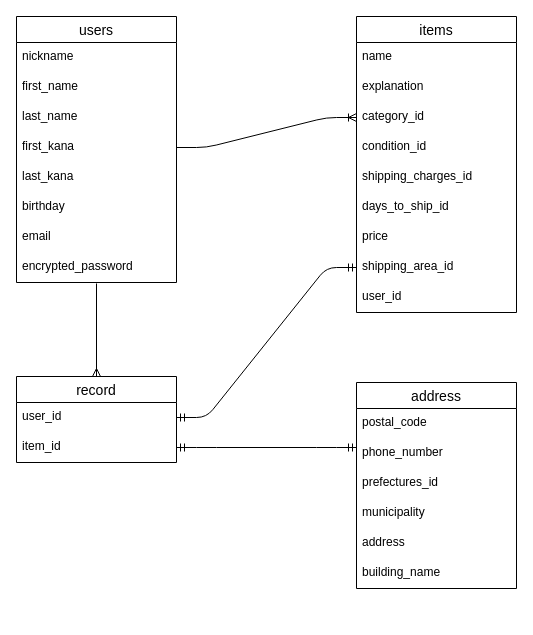
This is ER.dio from tech88kubo/furima-32114, a draw.io file, before an edit. Source tidied: cells renumbered, new cells numbered last; positions are measured from the earlier drawing's top-left corner, leaving out a move shared by most shapes. Both pictures are drawn from the tidied source at 100%, with x=0, y=0 at pixel (16, 16).
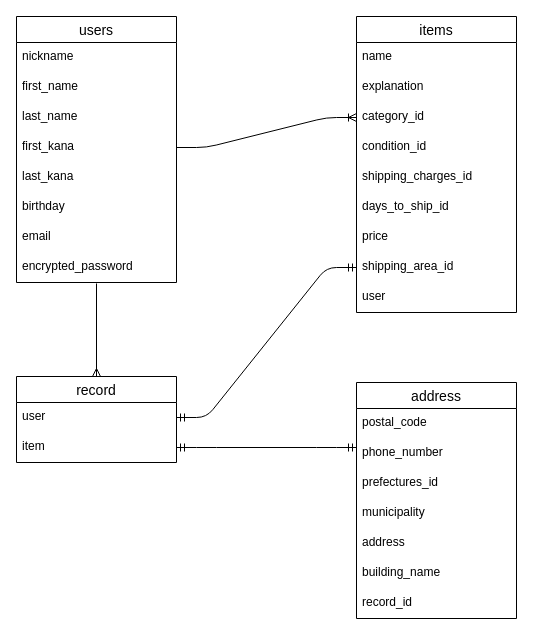
After the change.

Commit message (it also covers changes not shown here):
ER図、READMEの修正（提出４回目）

Unchanged cells that the change refers to:
```xml
<mxCell id="11" value="items" style="swimlane;fontStyle=0;horizontal=1;startSize=26;align=center;fontSize=14;" parent="1" vertex="1">
  <mxGeometry x="340" width="160" height="296" as="geometry" />
</mxCell>
<mxCell id="21" value="record" style="swimlane;fontStyle=0;horizontal=1;startSize=26;align=center;fontSize=14;" parent="1" vertex="1">
  <mxGeometry y="360" width="160" height="86" as="geometry" />
</mxCell>
```

Diff of the diagram source:
```diff
@@
-    <mxCell id="20" value="user_id" style="text;strokeColor=none;fillColor=none;spacingLeft=4;spacingRight=4;overflow=hidden;fontSize=12;" parent="11" vertex="1">
+    <mxCell id="20" value="user" style="text;strokeColor=none;fillColor=none;spacingLeft=4;spacingRight=4;overflow=hidden;fontSize=12;" parent="11" vertex="1">
       <mxGeometry y="266" width="160" height="30" as="geometry" />
     </mxCell>
@@
-    <mxCell id="22" value="user_id" style="text;strokeColor=none;fillColor=none;spacingLeft=4;spacingRight=4;overflow=hidden;points=[[0,0.5],[1,0.5]];portConstraint=eastwest;fontSize=12;" parent="21" vertex="1">
+    <mxCell id="22" value="user" style="text;strokeColor=none;fillColor=none;spacingLeft=4;spacingRight=4;overflow=hidden;points=[[0,0.5],[1,0.5]];portConstraint=eastwest;fontSize=12;" parent="21" vertex="1">
       <mxGeometry y="26" width="160" height="30" as="geometry" />
     </mxCell>
-    <mxCell id="23" value="item_id" style="text;strokeColor=none;fillColor=none;spacingLeft=4;spacingRight=4;overflow=hidden;points=[[0,0.5],[1,0.5]];portConstraint=eastwest;fontSize=12;" parent="21" vertex="1">
+    <mxCell id="23" value="item" style="text;strokeColor=none;fillColor=none;spacingLeft=4;spacingRight=4;overflow=hidden;points=[[0,0.5],[1,0.5]];portConstraint=eastwest;fontSize=12;" parent="21" vertex="1">
       <mxGeometry y="56" width="160" height="30" as="geometry" />
     </mxCell>
     <mxCell id="24" value="address" style="swimlane;fontStyle=0;horizontal=1;startSize=26;align=center;fontSize=14;" parent="1" vertex="1">
-      <mxGeometry x="340" y="366" width="160" height="206" as="geometry" />
+      <mxGeometry x="340" y="366" width="160" height="236" as="geometry" />
     </mxCell>
@@
+    <mxCell id="35" value="record_id" style="text;strokeColor=none;fillColor=none;spacingLeft=4;spacingRight=4;overflow=hidden;fontSize=12;" parent="24" vertex="1">
+      <mxGeometry y="206" width="160" height="30" as="geometry" />
+    </mxCell>
```
